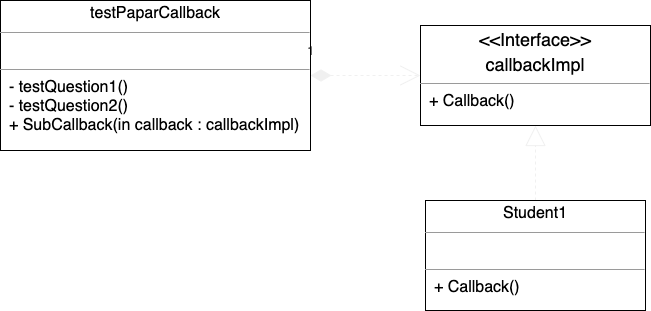
Before: img/pattern-callback.png, a diagram exported from draw.io (boilingfrog/design-pattern-learning). Source tidied: cells renumbered, new cells last; positions are measured from the earlier drawing's top-left corner, leaving out a move shared by most shapes.
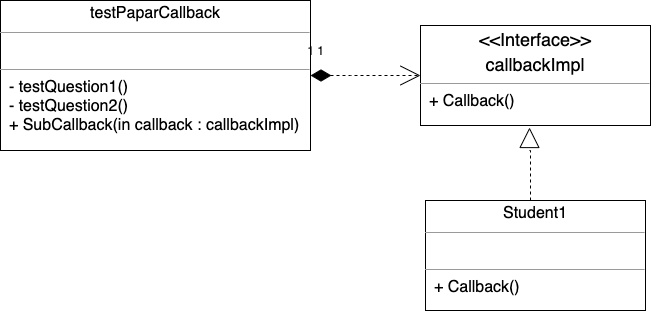
Later version of the same file.

Commit message:
模板方法模式

Diff of the diagram source:
```diff
@@ -2,23 +2,36 @@
   <root>
     <mxCell id="0" />
     <mxCell id="1" parent="0" />
-    <mxCell id="2" style="edgeStyle=orthogonalEdgeStyle;rounded=1;jumpStyle=none;html=1;entryX=0;entryY=0.5;entryDx=0;entryDy=0;dashed=1;startArrow=diamondThin;startFill=1;endArrow=open;endFill=0;endSize=18;strokeColor=#f0f0f0;startSize=18;" parent="1" edge="1" source="3" target="4">
-      <mxGeometry relative="1" as="geometry" />
-    </mxCell>
     <mxCell id="3" value="&lt;p style=&quot;text-align: center ; margin: 4px 0px 0px&quot;&gt;&lt;span style=&quot;font-size: 16px&quot;&gt;testPaparCallback&lt;/span&gt;&lt;/p&gt;&lt;hr size=&quot;1&quot; style=&quot;font-size: 18px&quot;&gt;&lt;p style=&quot;margin: 0px 0px 0px 4px ; font-size: 16px&quot;&gt;&lt;span&gt;&amp;nbsp;&lt;/span&gt;&lt;br&gt;&lt;/p&gt;&lt;hr size=&quot;1&quot; style=&quot;font-size: 16px&quot;&gt;&lt;span style=&quot;font-size: 16px&quot;&gt;&amp;nbsp; -&lt;/span&gt;&lt;span style=&quot;font-size: 16px&quot;&gt;&amp;nbsp;testQuestion1()&lt;br&gt;&lt;/span&gt;&lt;span style=&quot;font-size: 16px&quot;&gt;&amp;nbsp; - testQuestion2()&lt;br&gt;&lt;/span&gt;&lt;span style=&quot;font-size: 16px&quot;&gt;&amp;nbsp; + SubCallback(in callback : callbackImpl)&lt;br&gt;&lt;/span&gt;&lt;span style=&quot;font-size: 16px&quot;&gt;&lt;br&gt;&lt;/span&gt;" style="verticalAlign=top;align=left;overflow=fill;fontSize=12;fontFamily=Helvetica;html=1;" parent="1" vertex="1">
       <mxGeometry width="310" height="150" as="geometry" />
     </mxCell>
     <mxCell id="4" value="&lt;p style=&quot;margin: 4px 0px 0px ; text-align: center ; font-size: 18px&quot;&gt;&amp;lt;&amp;lt;Interface&amp;gt;&amp;gt;&lt;/p&gt;&lt;p style=&quot;margin: 4px 0px 0px ; text-align: center ; font-size: 18px&quot;&gt;callbackImpl&lt;/p&gt;&lt;hr size=&quot;1&quot; style=&quot;font-size: 16px&quot;&gt;&lt;span style=&quot;font-size: 16px&quot;&gt;&amp;nbsp; + Callback()&lt;br&gt;&lt;/span&gt;&lt;span style=&quot;font-size: 16px&quot;&gt;&lt;br&gt;&lt;/span&gt;" style="verticalAlign=top;align=left;overflow=fill;fontSize=12;fontFamily=Helvetica;html=1;" parent="1" vertex="1">
       <mxGeometry x="420" y="25" width="230" height="100" as="geometry" />
     </mxCell>
-    <mxCell id="5" style="edgeStyle=orthogonalEdgeStyle;rounded=1;jumpStyle=none;html=1;entryX=0.5;entryY=1;entryDx=0;entryDy=0;dashed=1;startArrow=none;startFill=0;endArrow=block;endFill=0;endSize=18;strokeColor=#f0f0f0;" parent="1" edge="1" source="6" target="4">
-      <mxGeometry relative="1" as="geometry" />
-    </mxCell>
     <mxCell id="6" value="&lt;p style=&quot;text-align: center ; margin: 4px 0px 0px&quot;&gt;&lt;span style=&quot;font-size: 16px&quot;&gt;Student1&lt;/span&gt;&lt;/p&gt;&lt;hr size=&quot;1&quot; style=&quot;font-size: 18px&quot;&gt;&lt;p style=&quot;margin: 0px 0px 0px 4px ; font-size: 16px&quot;&gt;&lt;/p&gt;&lt;span style=&quot;font-size: 16px ; text-align: center&quot;&gt;&amp;nbsp;&amp;nbsp;&lt;/span&gt;&lt;hr size=&quot;1&quot; style=&quot;font-size: 16px&quot;&gt;&lt;span style=&quot;font-size: 16px&quot;&gt;&amp;nbsp; + Callback()&lt;/span&gt;&lt;br style=&quot;font-size: 16px&quot;&gt;&lt;span style=&quot;font-size: 16px&quot;&gt;&lt;br&gt;&lt;/span&gt;" style="verticalAlign=top;align=left;overflow=fill;fontSize=12;fontFamily=Helvetica;html=1;" parent="1" vertex="1">
       <mxGeometry x="425" y="200" width="220" height="110" as="geometry" />
     </mxCell>
     <mxCell id="7" value="1" style="text;html=1;align=center;verticalAlign=middle;strokeColor=none;" parent="1" vertex="1">
       <mxGeometry x="300" y="40" width="20" height="20" as="geometry" />
     </mxCell>
+    <mxCell id="2" style="edgeStyle=orthogonalEdgeStyle;rounded=0;jumpSize=0;jettySize=auto;html=1;entryX=0;entryY=0.5;entryDx=0;entryDy=0;dashed=1;startArrow=diamondThin;startFill=1;endArrow=open;endFill=0;startSize=18;endSize=18;sourcePerimeterSpacing=18;targetPerimeterSpacing=18;strokeWidth=1;exitX=1;exitY=0.5;exitDx=0;exitDy=0;" parent="1" edge="1" source="3" target="4">
+      <mxGeometry relative="1" as="geometry">
+        <Array as="points">
+          <mxPoint x="350" y="75" />
+          <mxPoint x="350" y="75" />
+        </Array>
+      </mxGeometry>
+    </mxCell>
+    <mxCell id="8" style="edgeStyle=orthogonalEdgeStyle;rounded=0;jumpSize=0;jettySize=auto;html=1;dashed=1;startArrow=none;startFill=0;endArrow=block;endFill=0;startSize=18;endSize=18;sourcePerimeterSpacing=18;targetPerimeterSpacing=18;strokeWidth=1;exitX=0.5;exitY=0;exitDx=0;exitDy=0;entryX=0.474;entryY=1.02;entryDx=0;entryDy=0;entryPerimeter=0;" parent="1" edge="1" target="4">
+      <mxGeometry relative="1" as="geometry">
+        <mxPoint x="530" y="200" as="sourcePoint" />
+        <Array as="points">
+          <mxPoint x="530" y="150" />
+        </Array>
+      </mxGeometry>
+    </mxCell>
+    <mxCell id="9" value="1" style="text;html=1;align=center;verticalAlign=middle;strokeColor=none;" parent="1" vertex="1">
+      <mxGeometry x="310" y="40" width="20" height="20" as="geometry" />
+    </mxCell>
   </root>
 </mxGraphModel>
```
